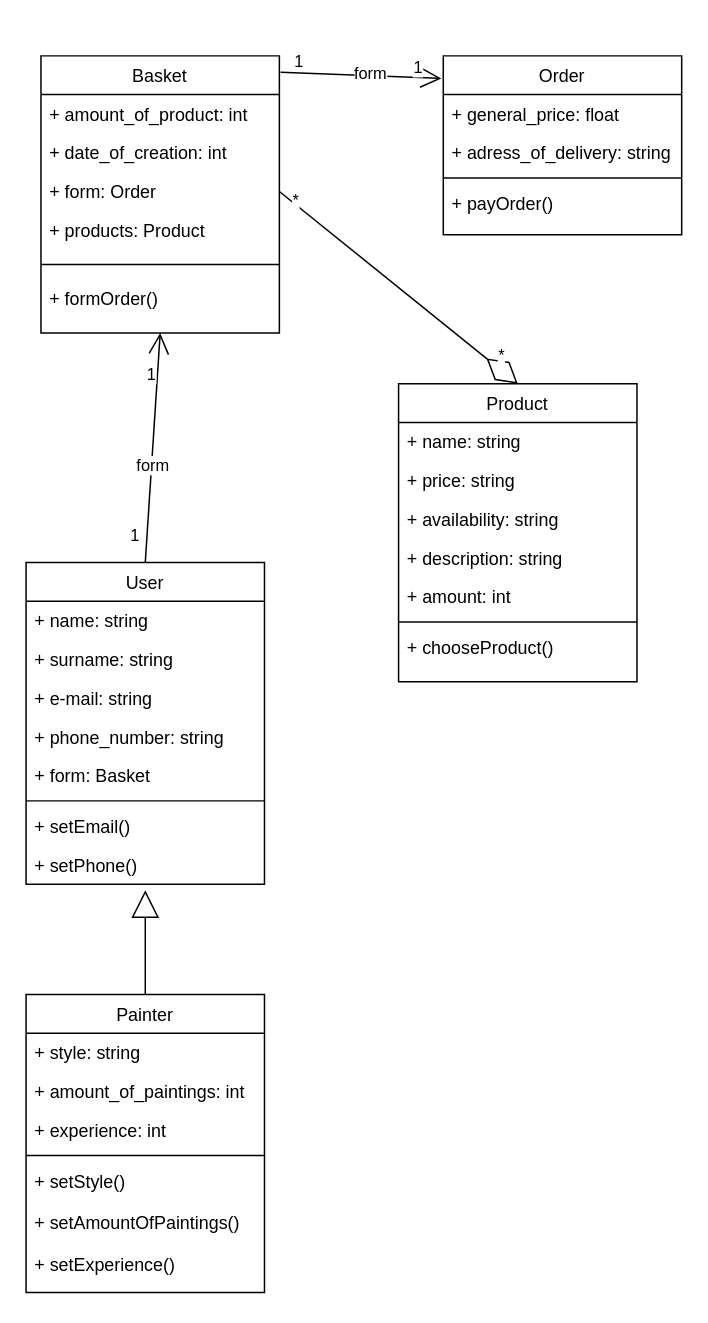
The draw.io diagram 2-SoftwareDesign/2.5-UMLProgramClasses/UMLProgramClasses.drawio in oleksandrblazhko/nai205-svetashov, before the edit. Source tidied: cells renumbered, new cells numbered last; positions are measured from the earlier drawing's top-left corner, leaving out a move shared by most shapes. Both pictures are drawn from the tidied source at 149%, with x=0, y=0 at pixel (25, 55).
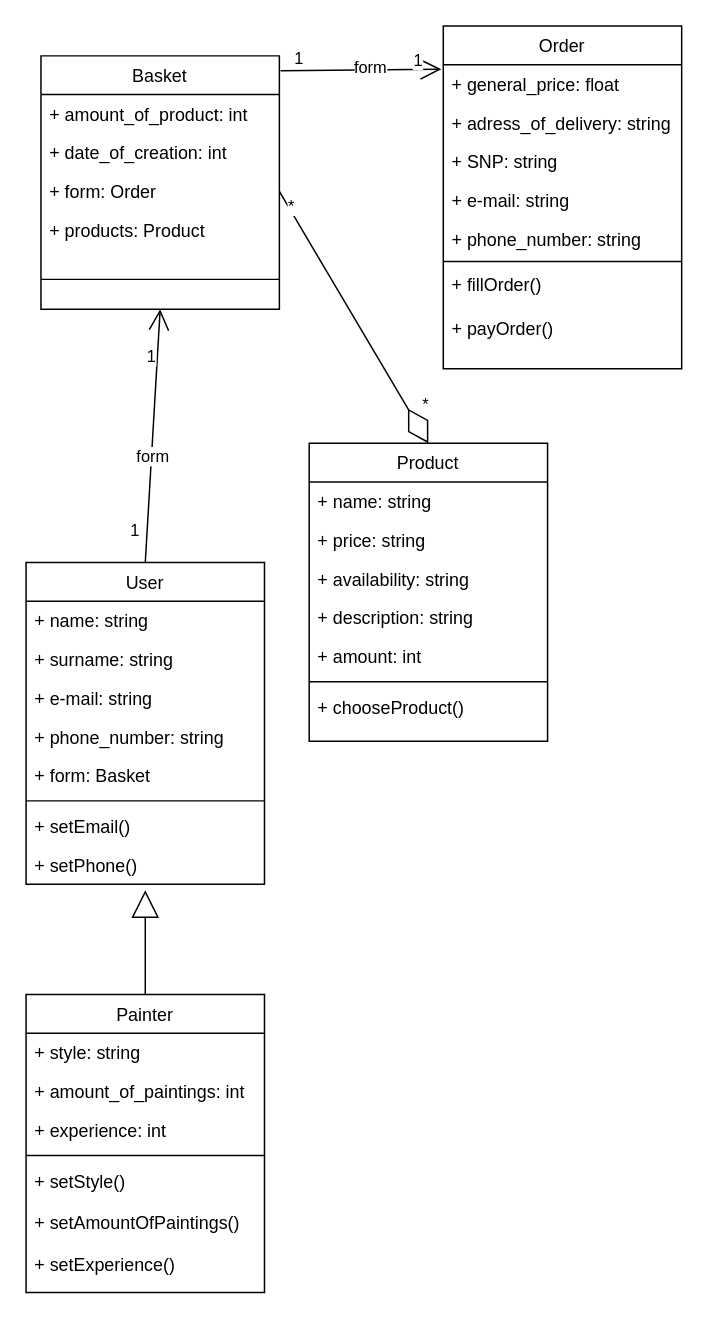
The same diagram, later.

What changed in the source:
```diff
@@
     <mxCell id="2" value="Basket" style="swimlane;fontStyle=0;align=center;verticalAlign=top;horizontal=1;startSize=26;rounded=0;shadow=0;strokeWidth=1;" parent="1" vertex="1">
-      <mxGeometry x="10" width="160" height="186" as="geometry" />
+      <mxGeometry x="10" width="160" height="170" as="geometry" />
     </mxCell>
@@
     <mxCell id="7" style="line;html=1;strokeWidth=1;align=left;verticalAlign=middle;spacingTop=-1;spacingLeft=3;spacingRight=3;labelPosition=right;" parent="2" vertex="1">
-      <mxGeometry y="130" width="160" height="20" as="geometry" />
+      <mxGeometry y="130" width="160" height="40" as="geometry" />
     </mxCell>
-    <mxCell id="8" value="+ formOrder()" style="text;align=left;verticalAlign=top;spacingLeft=4;spacingRight=4;overflow=hidden;fontStyle=0;" parent="2" vertex="1">
-      <mxGeometry y="150" width="160" height="26" as="geometry" />
-    </mxCell>
     <mxCell id="9" value="Order" style="swimlane;fontStyle=0;align=center;verticalAlign=top;horizontal=1;startSize=26;rounded=0;shadow=0;strokeWidth=1;" parent="1" vertex="1">
-      <mxGeometry x="280" width="160" height="120" as="geometry" />
+      <mxGeometry x="280" y="-20" width="160" height="230" as="geometry" />
     </mxCell>
@@
+    <mxCell id="49" value="+ SNP: string" style="text;align=left;verticalAlign=top;spacingLeft=4;spacingRight=4;overflow=hidden;rounded=0;shadow=0;html=0;" parent="9" vertex="1">
+      <mxGeometry y="78" width="160" height="26" as="geometry" />
+    </mxCell>
+    <mxCell id="50" value="+ e-mail: string" style="text;align=left;verticalAlign=top;spacingLeft=4;spacingRight=4;overflow=hidden;rounded=0;shadow=0;html=0;" parent="9" vertex="1">
+      <mxGeometry y="104" width="160" height="26" as="geometry" />
+    </mxCell>
+    <mxCell id="51" value="+ phone_number: string" style="text;align=left;verticalAlign=top;spacingLeft=4;spacingRight=4;overflow=hidden;rounded=0;shadow=0;html=0;" parent="9" vertex="1">
+      <mxGeometry y="130" width="160" height="26" as="geometry" />
+    </mxCell>
     <mxCell id="12" style="line;html=1;strokeWidth=1;align=left;verticalAlign=middle;spacingTop=-1;spacingLeft=3;spacingRight=3;labelPosition=right;" parent="9" vertex="1">
-      <mxGeometry y="78" width="160" height="8" as="geometry" />
+      <mxGeometry y="156" width="160" height="4" as="geometry" />
     </mxCell>
+    <mxCell id="52" value="+ fillOrder()" style="text;align=left;verticalAlign=top;spacingLeft=4;spacingRight=4;overflow=hidden;fontStyle=0;" parent="9" vertex="1">
+      <mxGeometry y="160" width="160" height="30" as="geometry" />
+    </mxCell>
     <mxCell id="13" value="+ payOrder()" style="text;align=left;verticalAlign=top;spacingLeft=4;spacingRight=4;overflow=hidden;fontStyle=0;" parent="9" vertex="1">
-      <mxGeometry y="86" width="160" height="26" as="geometry" />
+      <mxGeometry y="190" width="160" height="20" as="geometry" />
     </mxCell>
@@
     <mxCell id="23" value="Product" style="swimlane;fontStyle=0;align=center;verticalAlign=top;horizontal=1;startSize=26;rounded=0;shadow=0;strokeWidth=1;" parent="1" vertex="1">
-      <mxGeometry x="250" y="220" width="160" height="200" as="geometry" />
+      <mxGeometry x="190" y="260" width="160" height="200" as="geometry" />
     </mxCell>
```
